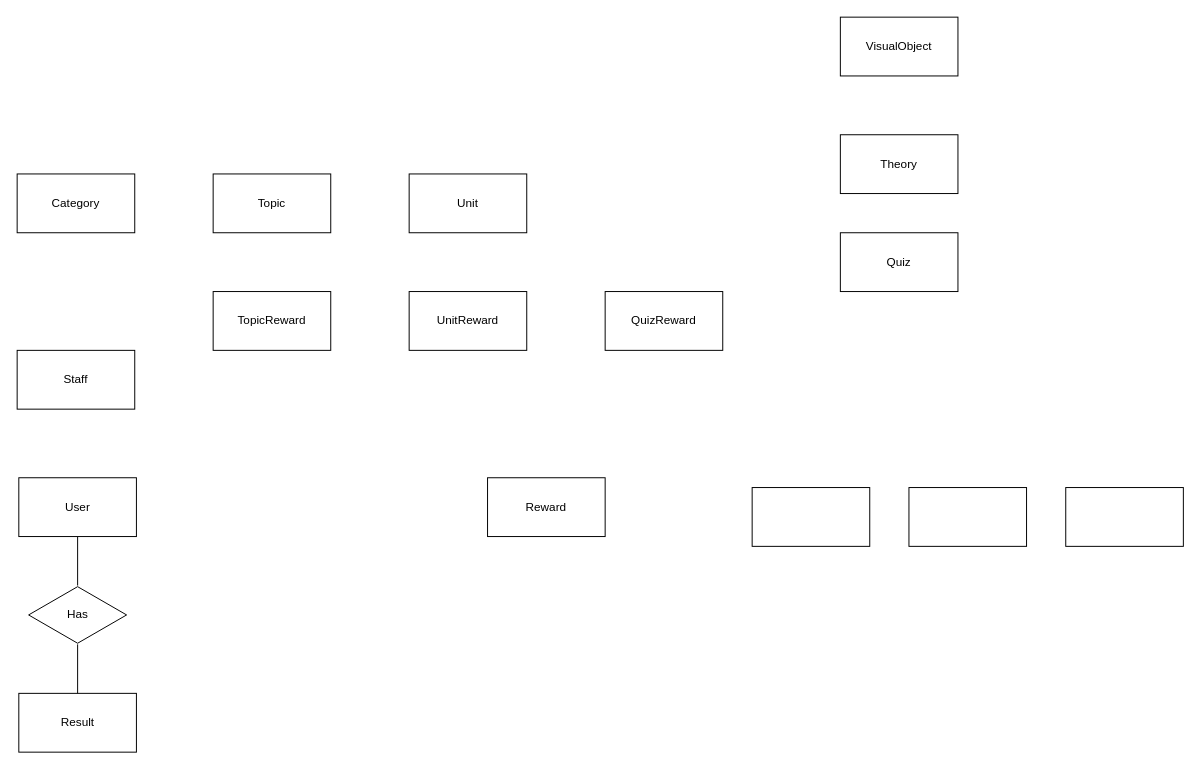
Before: Untitled Diagram.drawio in linhabc/Learning_viet, a draw.io diagram. Source tidied: cells renumbered, new cells numbered last; positions are measured from the earlier drawing's top-left corner, leaving out a move shared by most shapes. Both pictures are drawn from the tidied source at 98%, with x=0, y=0 at pixel (17, 17).
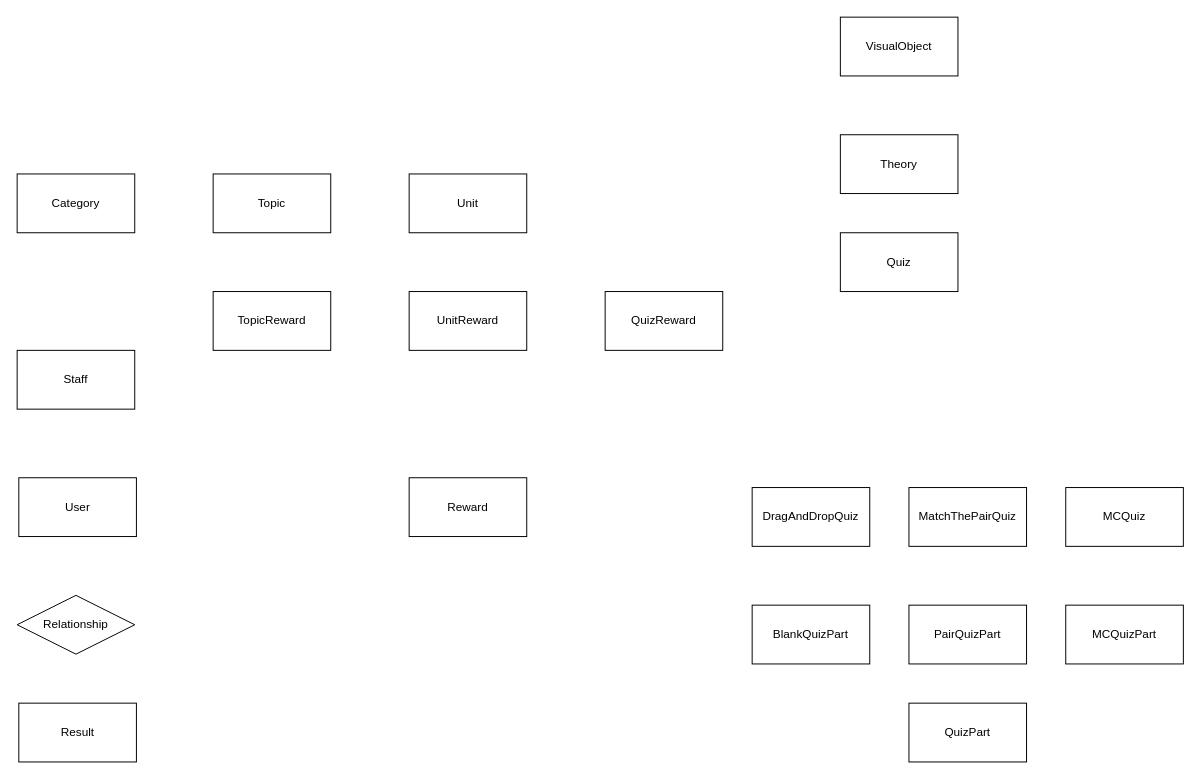
Above is the later version.

Unchanged cells that the change refers to:
```xml
<mxCell id="4" value="User" style="rounded=0;whiteSpace=wrap;html=1;" parent="1" vertex="1">
  <mxGeometry x="1.7" y="470" width="120" height="60" as="geometry" />
</mxCell>
```

What changed in the source:
```diff
@@
-    <mxCell id="3" style="edgeStyle=orthogonalEdgeStyle;rounded=0;jettySize=auto;html=1;endArrow=none;endFill=0;" parent="1" edge="1" source="4" target="12">
-      <mxGeometry relative="1" as="geometry" />
-    </mxCell>
@@
     <mxCell id="5" value="Result" style="rounded=0;whiteSpace=wrap;html=1;" parent="1" vertex="1">
-      <mxGeometry x="1.7" y="690" width="120" height="60" as="geometry" />
+      <mxGeometry x="1.7" y="700" width="120" height="60" as="geometry" />
     </mxCell>
@@
-    <mxCell id="11" style="edgeStyle=orthogonalEdgeStyle;rounded=0;jettySize=auto;html=1;endArrow=none;endFill=0;" parent="1" edge="1" source="12" target="5">
-      <mxGeometry relative="1" as="geometry" />
-    </mxCell>
-    <mxCell id="12" value="Has" style="html=1;whiteSpace=wrap;shape=isoRectangle;" parent="1" vertex="1">
-      <mxGeometry x="11.7" y="580" width="100" height="60" as="geometry" />
-    </mxCell>
@@
     <mxCell id="16" value="Reward" style="rounded=0;whiteSpace=wrap;html=1;" parent="1" vertex="1">
-      <mxGeometry x="480" y="470" width="120" height="60" as="geometry" />
+      <mxGeometry x="400" y="470" width="120" height="60" as="geometry" />
     </mxCell>
@@
-    <mxCell id="18" style="rounded=0;whiteSpace=wrap;html=1;" parent="1" vertex="1">
+    <mxCell id="18" value="DragAndDropQuiz" style="rounded=0;whiteSpace=wrap;html=1;" parent="1" vertex="1">
       <mxGeometry x="750" y="480" width="120" height="60" as="geometry" />
     </mxCell>
-    <mxCell id="19" style="rounded=0;whiteSpace=wrap;html=1;" parent="1" vertex="1">
+    <mxCell id="19" value="MatchThePairQuiz" style="rounded=0;whiteSpace=wrap;html=1;" parent="1" vertex="1">
       <mxGeometry x="910" y="480" width="120" height="60" as="geometry" />
     </mxCell>
-    <mxCell id="20" style="rounded=0;whiteSpace=wrap;html=1;" parent="1" vertex="1">
+    <mxCell id="20" value="MCQuiz" style="rounded=0;whiteSpace=wrap;html=1;" parent="1" vertex="1">
       <mxGeometry x="1070" y="480" width="120" height="60" as="geometry" />
     </mxCell>
+    <mxCell id="21" value="Blank&lt;span style=&quot;text-align: left ; background-color: rgb(255 , 255 , 255)&quot;&gt;QuizPart&lt;/span&gt;" style="rounded=0;whiteSpace=wrap;html=1;" parent="1" vertex="1">
+      <mxGeometry x="750" y="600" width="120" height="60" as="geometry" />
+    </mxCell>
+    <mxCell id="22" value="Pair&lt;span style=&quot;text-align: left ; background-color: rgb(255 , 255 , 255)&quot;&gt;QuizPart&lt;/span&gt;" style="rounded=0;whiteSpace=wrap;html=1;" parent="1" vertex="1">
+      <mxGeometry x="910" y="600" width="120" height="60" as="geometry" />
+    </mxCell>
+    <mxCell id="23" value="MC&lt;span style=&quot;text-align: left ; background-color: rgb(255 , 255 , 255)&quot;&gt;QuizPart&lt;/span&gt;" style="rounded=0;whiteSpace=wrap;html=1;" parent="1" vertex="1">
+      <mxGeometry x="1070" y="600" width="120" height="60" as="geometry" />
+    </mxCell>
+    <mxCell id="24" value="&lt;span style=&quot;text-align: left ; background-color: rgb(255 , 255 , 255)&quot;&gt;QuizPart&lt;/span&gt;" style="rounded=0;whiteSpace=wrap;html=1;" parent="1" vertex="1">
+      <mxGeometry x="910" y="700" width="120" height="60" as="geometry" />
+    </mxCell>
+    <mxCell id="25" value="Relationship" style="shape=rhombus;perimeter=rhombusPerimeter;whiteSpace=wrap;html=1;align=center;" parent="1" vertex="1">
+      <mxGeometry y="590" width="120" height="60" as="geometry" />
+    </mxCell>
```
